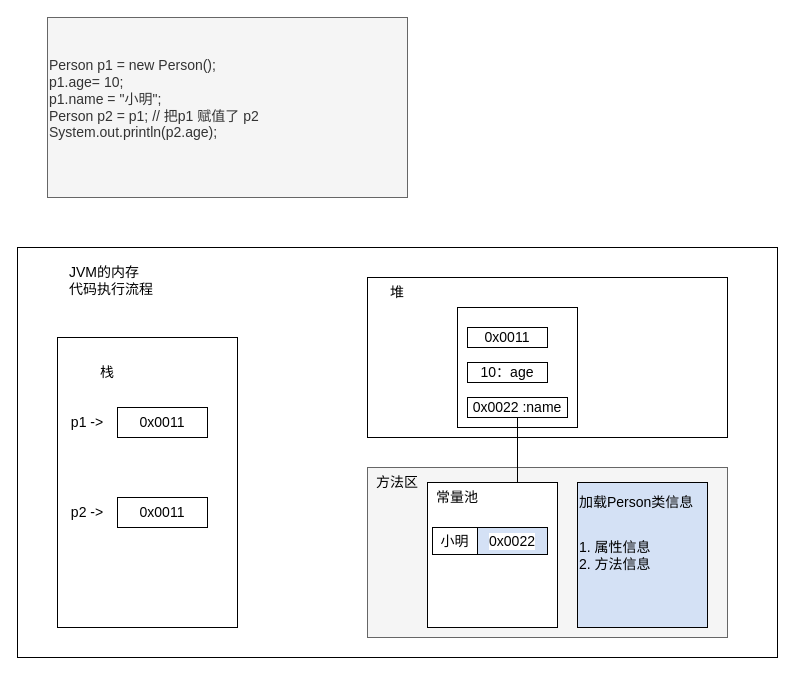
The draw.io diagram Pictures/类与对象.drawio in jiaong/image, before the edit. Source tidied: cells renumbered, new cells numbered last; positions are measured from the earlier drawing's top-left corner, leaving out a move shared by most shapes. Both pictures are drawn from the tidied source at 100%, with x=0, y=0 at pixel (17, 17).
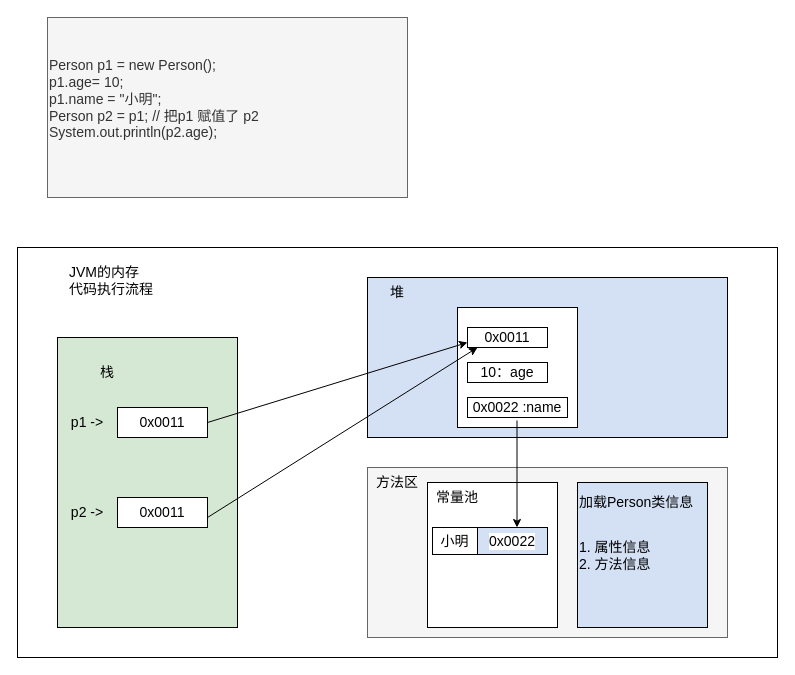
The same page after the edit.

Commit message:
更新类与对象.drawio

Unchanged cells that the change refers to:
```xml
<mxCell id="9" value="0x0011" style="rounded=0;whiteSpace=wrap;html=1;fontSize=14;" parent="1" vertex="1">
  <mxGeometry x="100" y="390" width="90" height="30" as="geometry" />
</mxCell>
<mxCell id="14" style="rounded=0;whiteSpace=wrap;html=1;fontSize=14;" parent="1" vertex="1">
  <mxGeometry x="440" y="290" width="120" height="120" as="geometry" />
</mxCell>
<mxCell id="16" value="0x0011" style="rounded=0;whiteSpace=wrap;html=1;fontSize=14;" parent="1" vertex="1">
  <mxGeometry x="450" y="310" width="80" height="20" as="geometry" />
</mxCell>
<mxCell id="19" value="0x0022 :name" style="rounded=0;whiteSpace=wrap;html=1;fontSize=14;" parent="1" vertex="1">
  <mxGeometry x="450" y="380" width="100" height="20" as="geometry" />
</mxCell>
<mxCell id="26" value="0x0022" style="rounded=0;whiteSpace=wrap;html=1;labelBackgroundColor=default;fontSize=14;fillColor=#D4E1F5;" parent="1" vertex="1">
  <mxGeometry x="460" y="510" width="70" height="27" as="geometry" />
</mxCell>
```

Change to the diagram source:
```diff
@@
-    <mxCell id="4" style="rounded=0;whiteSpace=wrap;html=1;fontSize=14;" parent="1" vertex="1">
+    <mxCell id="4" style="rounded=0;whiteSpace=wrap;html=1;fontSize=14;fillColor=#D5E8D4;" parent="1" vertex="1">
       <mxGeometry x="40" y="320" width="180" height="290" as="geometry" />
     </mxCell>
-    <mxCell id="5" style="rounded=0;whiteSpace=wrap;html=1;fontSize=14;" parent="1" vertex="1">
+    <mxCell id="5" style="rounded=0;whiteSpace=wrap;html=1;fontSize=14;fillColor=#D4E1F5;" parent="1" vertex="1">
       <mxGeometry x="350" y="260" width="360" height="160" as="geometry" />
     </mxCell>
@@
+    <mxCell id="27" style="edgeStyle=orthogonalEdgeStyle;rounded=0;jumpStyle=sharp;jettySize=auto;html=1;exitX=0;exitY=0.25;exitDx=0;exitDy=0;entryX=0;entryY=0.25;entryDx=0;entryDy=0;fontSize=14;endArrow=classic;endFill=1;strokeWidth=1;" parent="1" edge="1" source="14" target="16">
+      <mxGeometry relative="1" as="geometry" />
+    </mxCell>
@@
-    <mxCell id="18" style="edgeStyle=orthogonalEdgeStyle;rounded=0;jettySize=auto;html=1;exitX=0.5;exitY=1;exitDx=0;exitDy=0;fontSize=14;strokeWidth=1;jumpStyle=sharp;" parent="1" edge="1" source="19" target="26">
-      <mxGeometry relative="1" as="geometry">
-        <Array as="points">
-          <mxPoint x="500" y="480" />
-          <mxPoint x="500" y="480" />
-        </Array>
-      </mxGeometry>
-    </mxCell>
@@
+    <mxCell id="28" style="endArrow=classic;html=1;rounded=0;fontSize=14;strokeWidth=1;jumpStyle=sharp;" parent="1" edge="1">
+      <mxGeometry relative="1" as="geometry">
+        <mxPoint x="499.5" y="403" as="sourcePoint" />
+        <mxPoint x="499.5" y="510" as="targetPoint" />
+      </mxGeometry>
+    </mxCell>
+    <mxCell id="29" style="endArrow=classic;html=1;rounded=0;fontSize=14;strokeWidth=1;jumpStyle=sharp;entryX=0;entryY=0.75;entryDx=0;entryDy=0;exitX=1;exitY=0.5;exitDx=0;exitDy=0;" parent="1" edge="1" source="9" target="16">
+      <mxGeometry relative="1" as="geometry" />
+    </mxCell>
+    <mxCell id="30" style="endArrow=classic;html=1;rounded=0;fontSize=14;strokeWidth=1;jumpStyle=sharp;entryX=0.125;entryY=1;entryDx=0;entryDy=0;entryPerimeter=0;" parent="1" edge="1" target="16">
+      <mxGeometry relative="1" as="geometry">
+        <mxPoint x="190" y="500" as="sourcePoint" />
+      </mxGeometry>
+    </mxCell>
```
